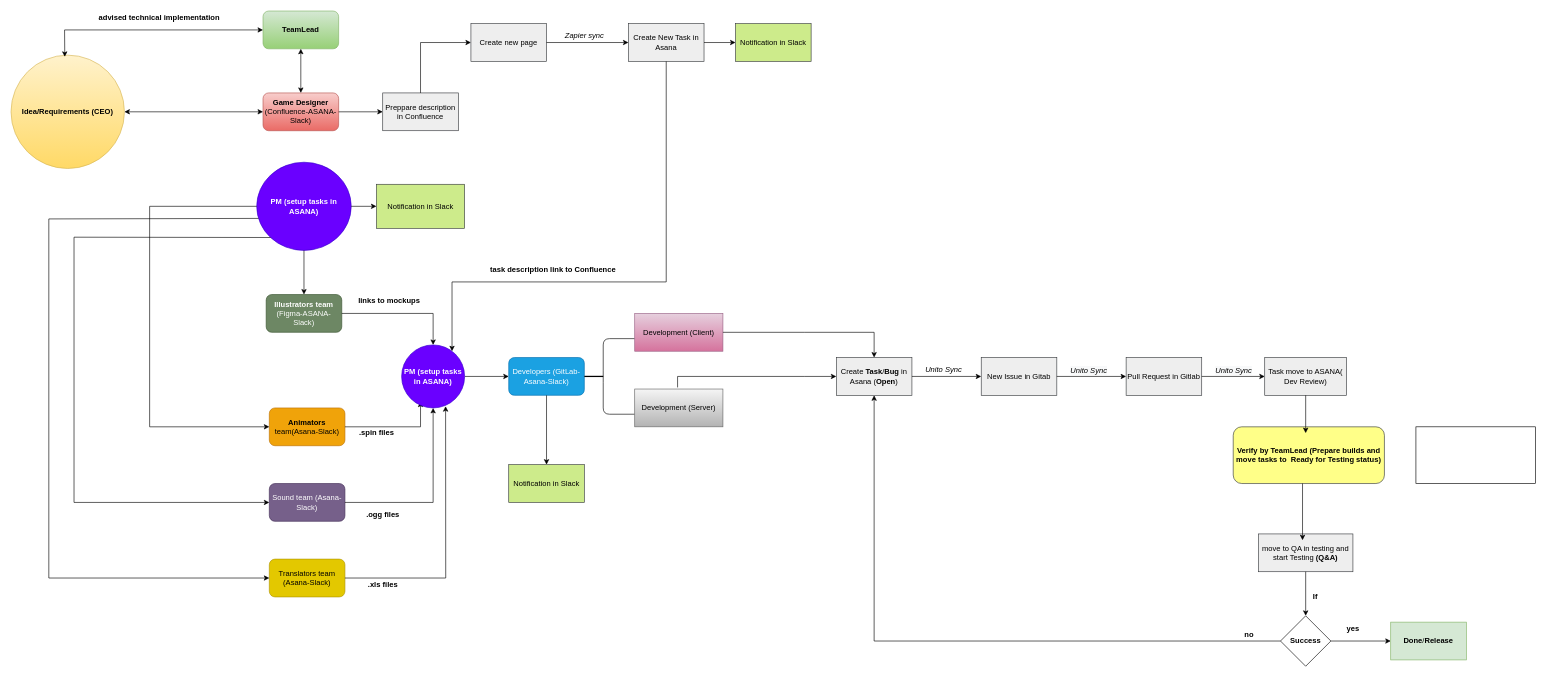
Earlier version of the draw.io diagram Sky network BP Diagram.drawio (annastazi09/blog). Source tidied: cells renumbered, new cells numbered last; positions are measured from the earlier drawing's top-left corner, leaving out a move shared by most shapes. Both pictures are drawn from the tidied source at 63%, with x=0, y=0 at pixel (11, 11).
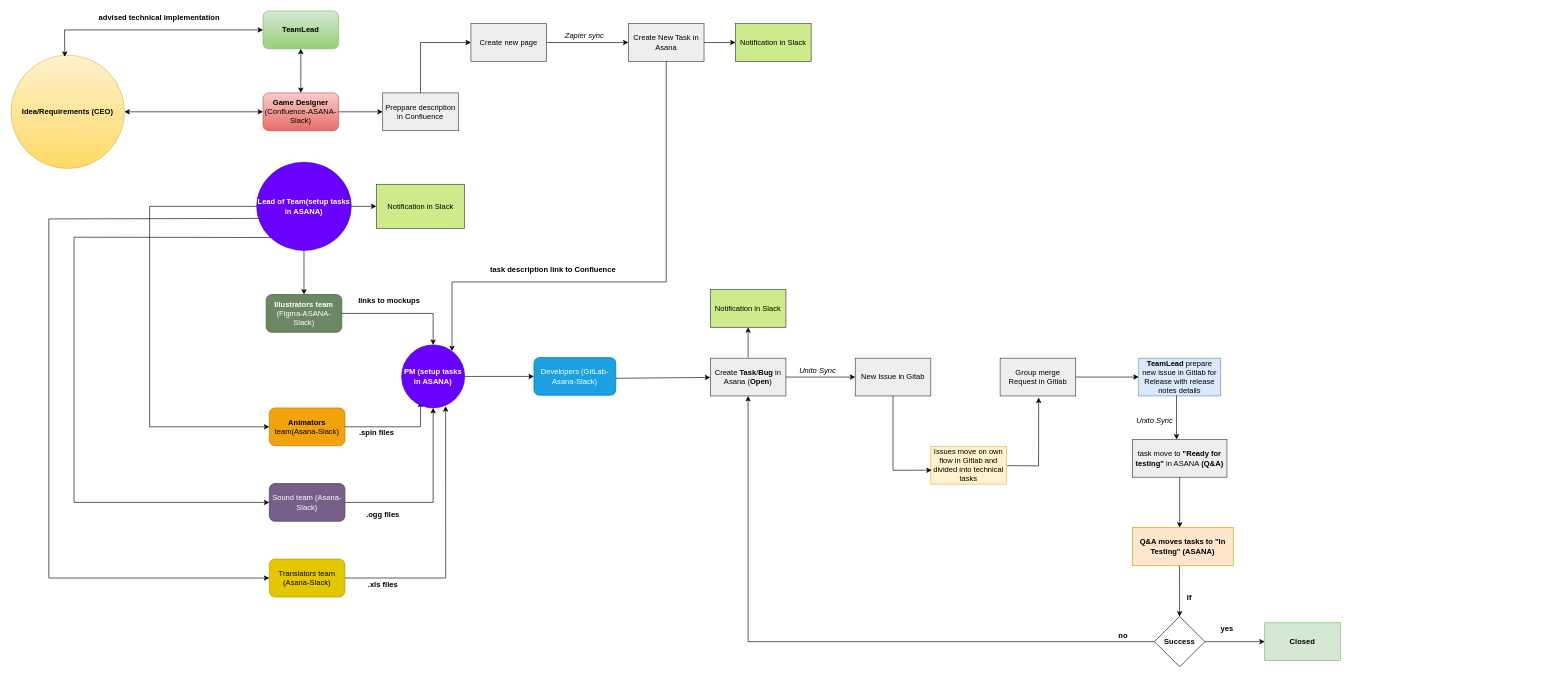
The same diagram, later.

Change to the diagram source:
```diff
@@
-    <mxCell id="26" value="&lt;b&gt;PM (setup tasks in ASANA)&lt;/b&gt;" style="ellipse;whiteSpace=wrap;html=1;fillColor=#6a00ff;strokeColor=#3700CC;fontColor=#ffffff;" parent="1" vertex="1">
+    <mxCell id="26" value="&lt;b&gt;Lead of Team(setup tasks in ASANA)&lt;/b&gt;" style="ellipse;whiteSpace=wrap;html=1;fillColor=#6a00ff;strokeColor=#3700CC;fontColor=#ffffff;" parent="1" vertex="1">
       <mxGeometry x="390" y="240" width="150" height="140" as="geometry" />
     </mxCell>
@@
     <mxCell id="33" value="Developers (GitLab-Asana-Slack)" style="rounded=1;whiteSpace=wrap;html=1;fillColor=#1ba1e2;fontColor=#ffffff;strokeColor=#006EAF;" parent="1" vertex="1">
-      <mxGeometry x="790" y="550" width="120" height="60" as="geometry" />
+      <mxGeometry x="830" y="550" width="130" height="60" as="geometry" />
     </mxCell>
@@
     <mxCell id="37" value="Notification in Slack" style="rounded=0;whiteSpace=wrap;html=1;fillColor=#cdeb8b;strokeColor=#36393d;" parent="1" vertex="1">
-      <mxGeometry x="790" y="720" width="120" height="60" as="geometry" />
+      <mxGeometry x="1110" y="442" width="120" height="60" as="geometry" />
     </mxCell>
-    <mxCell id="38" style="endArrow=classic;html=1;rounded=0;entryX=0.5;entryY=0;entryDx=0;entryDy=0;exitX=0.5;exitY=1;exitDx=0;exitDy=0;" parent="1" edge="1" source="33" target="37">
-      <mxGeometry relative="1" as="geometry" />
-    </mxCell>
     <mxCell id="39" value="Create &lt;b&gt;Task&lt;/b&gt;/&lt;b&gt;Bug &lt;/b&gt;in Asana (&lt;b&gt;Open&lt;/b&gt;)" style="rounded=0;whiteSpace=wrap;html=1;fillColor=#eeeeee;strokeColor=#36393d;" parent="1" vertex="1">
-      <mxGeometry x="1310" y="550" width="120" height="60" as="geometry" />
+      <mxGeometry x="1110" y="551" width="120" height="60" as="geometry" />
     </mxCell>
     <mxCell id="40" style="endArrow=classic;html=1;rounded=0;exitX=1;exitY=0.5;exitDx=0;exitDy=0;" parent="1" edge="1" source="39">
       <mxGeometry relative="1" as="geometry">
-        <mxPoint x="1540" y="580" as="targetPoint" />
+        <mxPoint x="1340" y="581" as="targetPoint" />
       </mxGeometry>
     </mxCell>
     <mxCell id="41" value="New Issue in Gitab" style="rounded=0;whiteSpace=wrap;html=1;fillColor=#eeeeee;strokeColor=#36393d;" parent="1" vertex="1">
-      <mxGeometry x="1540" y="550" width="120" height="60" as="geometry" />
+      <mxGeometry x="1340" y="551" width="120" height="60" as="geometry" />
     </mxCell>
     <mxCell id="42" value="&lt;i&gt;Unito Sync&lt;/i&gt;" style="text;html=1;align=center;verticalAlign=middle;strokeColor=none;fillColor=none;" parent="1" vertex="1">
-      <mxGeometry x="1445" y="560" width="70" height="20" as="geometry" />
+      <mxGeometry x="1245" y="561" width="70" height="20" as="geometry" />
     </mxCell>
@@
-    <mxCell id="44" value="Pull Request in Gitlab" style="rounded=0;whiteSpace=wrap;html=1;fillColor=#eeeeee;strokeColor=#36393d;" parent="1" vertex="1">
-      <mxGeometry x="1770" y="550" width="120" height="60" as="geometry" />
+    <mxCell id="44" value="Group merge Request in Gitlab" style="rounded=0;whiteSpace=wrap;html=1;fillColor=#eeeeee;strokeColor=#36393d;" parent="1" vertex="1">
+      <mxGeometry x="1570" y="551" width="120" height="60" as="geometry" />
     </mxCell>
-    <mxCell id="45" style="endArrow=classic;html=1;rounded=0;exitX=1;exitY=0.5;exitDx=0;exitDy=0;entryX=0;entryY=0.5;entryDx=0;entryDy=0;" parent="1" edge="1" source="41" target="44">
-      <mxGeometry relative="1" as="geometry" />
+    <mxCell id="45" style="endArrow=classic;html=1;rounded=0;exitX=1.012;exitY=0.509;exitDx=0;exitDy=0;entryX=0.51;entryY=1.044;entryDx=0;entryDy=0;exitPerimeter=0;entryPerimeter=0;" parent="1" edge="1" source="74" target="44">
+      <mxGeometry relative="1" as="geometry">
+        <Array as="points">
+          <mxPoint x="1631" y="722" />
+        </Array>
+      </mxGeometry>
     </mxCell>
-    <mxCell id="46" value="&lt;i style=&quot;color: rgb(0, 0, 0); font-family: Helvetica; font-size: 12px; font-variant-ligatures: normal; font-variant-caps: normal; font-weight: 400; letter-spacing: normal; orphans: 2; text-align: center; text-indent: 0px; text-transform: none; widows: 2; word-spacing: 0px; -webkit-text-stroke-width: 0px; background-color: rgb(248, 249, 250); text-decoration-thickness: initial; text-decoration-style: initial; text-decoration-color: initial;&quot;&gt;Unito Sync&lt;/i&gt;" style="text;whiteSpace=wrap;html=1;" parent="1" vertex="1">
-      <mxGeometry x="1680" y="557" width="80" height="30" as="geometry" />
-    </mxCell>
-    <mxCell id="47" value="Task move to ASANA( Dev Review)" style="rounded=0;whiteSpace=wrap;html=1;fillColor=#eeeeee;strokeColor=#36393d;" parent="1" vertex="1">
-      <mxGeometry x="1990" y="550" width="130" height="60" as="geometry" />
+    <mxCell id="47" value="&lt;b&gt;TeamLead &lt;/b&gt;prepare new issue in Gitlab for Release with release notes details" style="rounded=0;whiteSpace=wrap;html=1;fillColor=#dae8fc;strokeColor=#6c8ebf;" parent="1" vertex="1">
+      <mxGeometry x="1790" y="551" width="130" height="60" as="geometry" />
     </mxCell>
@@
-    <mxCell id="49" value="&lt;i style=&quot;color: rgb(0, 0, 0); font-family: Helvetica; font-size: 12px; font-variant-ligatures: normal; font-variant-caps: normal; font-weight: 400; letter-spacing: normal; orphans: 2; text-align: center; text-indent: 0px; text-transform: none; widows: 2; word-spacing: 0px; -webkit-text-stroke-width: 0px; background-color: rgb(248, 249, 250); text-decoration-thickness: initial; text-decoration-style: initial; text-decoration-color: initial;&quot;&gt;Unito Sync&lt;/i&gt;" style="text;whiteSpace=wrap;html=1;" parent="1" vertex="1">
-      <mxGeometry x="1910" y="557" width="80" height="30" as="geometry" />
-    </mxCell>
-    <mxCell id="50" value="move to QA in testing and start Testing &lt;b&gt;(Q&amp;amp;A)&lt;/b&gt;" style="rounded=0;whiteSpace=wrap;html=1;fillColor=#eeeeee;strokeColor=#36393d;" parent="1" vertex="1">
-      <mxGeometry x="1980" y="830" width="150" height="60" as="geometry" />
+    <mxCell id="50" value="task move to&lt;b&gt; &quot;Ready for testing&quot;&lt;/b&gt; in ASANA&amp;nbsp;&lt;b&gt;(Q&amp;amp;A)&lt;/b&gt;" style="rounded=0;whiteSpace=wrap;html=1;fillColor=#eeeeee;strokeColor=#36393d;" parent="1" vertex="1">
+      <mxGeometry x="1780" y="680" width="150" height="60" as="geometry" />
     </mxCell>
-    <mxCell id="51" value="&lt;b style=&quot;&quot;&gt;Verify by TeamLead (Prepare builds and move tasks to&amp;nbsp; Ready for Testing status)&lt;/b&gt;" style="rounded=1;whiteSpace=wrap;html=1;fillColor=#ffff88;strokeColor=#36393d;" parent="1" vertex="1">
-      <mxGeometry x="1940" y="660" width="240" height="90" as="geometry" />
-    </mxCell>
-    <mxCell id="52" style="endArrow=classic;html=1;rounded=0;exitX=0.5;exitY=1;exitDx=0;exitDy=0;" parent="1" edge="1" source="47">
-      <mxGeometry relative="1" as="geometry">
-        <mxPoint x="2055" y="670" as="targetPoint" />
-      </mxGeometry>
-    </mxCell>
     <mxCell id="53" style="endArrow=classic;html=1;rounded=0;" parent="1" edge="1">
       <mxGeometry relative="1" as="geometry">
-        <mxPoint x="2050" y="750" as="sourcePoint" />
-        <mxPoint x="2050" y="840" as="targetPoint" />
+        <mxPoint x="1850" y="610" as="sourcePoint" />
+        <mxPoint x="1850" y="680" as="targetPoint" />
       </mxGeometry>
     </mxCell>
     <mxCell id="54" value="&lt;b&gt;Success&lt;/b&gt;" style="rhombus;whiteSpace=wrap;html=1;" parent="1" vertex="1">
-      <mxGeometry x="2015" y="960" width="80" height="80" as="geometry" />
+      <mxGeometry x="1815" y="961" width="80" height="80" as="geometry" />
     </mxCell>
-    <mxCell id="55" style="endArrow=classic;html=1;rounded=0;exitX=0.5;exitY=1;exitDx=0;exitDy=0;" parent="1" edge="1" source="50" target="54">
-      <mxGeometry relative="1" as="geometry" />
+    <mxCell id="55" style="endArrow=classic;html=1;rounded=0;exitX=0.5;exitY=1;exitDx=0;exitDy=0;" parent="1" edge="1" source="50">
+      <mxGeometry relative="1" as="geometry">
+        <mxPoint x="1855" y="820" as="targetPoint" />
+      </mxGeometry>
     </mxCell>
     <mxCell id="56" value="&lt;b&gt;If&lt;/b&gt;" style="text;html=1;align=center;verticalAlign=middle;strokeColor=none;fillColor=none;" parent="1" vertex="1">
-      <mxGeometry x="2060" y="920" width="20" height="20" as="geometry" />
+      <mxGeometry x="1860" y="921" width="20" height="20" as="geometry" />
     </mxCell>
@@
-    <mxCell id="58" value="&lt;b&gt;Done&lt;/b&gt;/&lt;b&gt;Release&lt;/b&gt;" style="rounded=0;whiteSpace=wrap;html=1;fillColor=#d5e8d4;strokeColor=#82b366;" parent="1" vertex="1">
-      <mxGeometry x="2190" y="970" width="120" height="60" as="geometry" />
+    <mxCell id="58" value="&lt;b&gt;Closed&lt;/b&gt;" style="rounded=0;whiteSpace=wrap;html=1;fillColor=#d5e8d4;strokeColor=#82b366;" parent="1" vertex="1">
+      <mxGeometry x="1990" y="971" width="120" height="60" as="geometry" />
     </mxCell>
     <mxCell id="59" value="&lt;b&gt;yes&lt;/b&gt;" style="text;html=1;align=center;verticalAlign=middle;strokeColor=none;fillColor=none;" parent="1" vertex="1">
-      <mxGeometry x="2110" y="970" width="40" height="20" as="geometry" />
+      <mxGeometry x="1910" y="971" width="40" height="20" as="geometry" />
     </mxCell>
     <mxCell id="60" style="endArrow=classic;html=1;rounded=0;entryX=0.5;entryY=1;entryDx=0;entryDy=0;exitX=0;exitY=0.5;exitDx=0;exitDy=0;" parent="1" edge="1" source="54" target="39">
       <mxGeometry relative="1" as="geometry">
         <Array as="points">
-          <mxPoint x="1370" y="1000" />
+          <mxPoint x="1170" y="1001" />
         </Array>
       </mxGeometry>
     </mxCell>
     <mxCell id="61" value="&lt;b&gt;no&lt;/b&gt;" style="text;html=1;align=center;verticalAlign=middle;strokeColor=none;fillColor=none;" parent="1" vertex="1">
-      <mxGeometry x="1950" y="980" width="30" height="20" as="geometry" />
+      <mxGeometry x="1750" y="981" width="30" height="20" as="geometry" />
     </mxCell>
@@
-    <mxCell id="66" style="shape=curlyBracket;whiteSpace=wrap;html=1;rounded=1;size=0;" parent="1" vertex="1">
-      <mxGeometry x="940" y="520" width="50" height="120" as="geometry" />
-    </mxCell>
-    <mxCell id="67" style="line;strokeWidth=2;html=1;" parent="1" vertex="1">
-      <mxGeometry x="910" y="575" width="30" height="10" as="geometry" />
-    </mxCell>
-    <mxCell id="68" value="Development (Client)" style="rounded=0;whiteSpace=wrap;html=1;fillColor=#e6d0de;gradientColor=#d5739d;strokeColor=#996185;" parent="1" vertex="1">
-      <mxGeometry x="990" y="480" width="140" height="60" as="geometry" />
-    </mxCell>
-    <mxCell id="69" value="Development (Server)" style="rounded=0;whiteSpace=wrap;html=1;fillColor=#f5f5f5;gradientColor=#b3b3b3;strokeColor=#666666;" parent="1" vertex="1">
-      <mxGeometry x="990" y="600" width="140" height="60" as="geometry" />
-    </mxCell>
-    <mxCell id="70" style="endArrow=classic;html=1;rounded=0;exitX=1;exitY=0.5;exitDx=0;exitDy=0;entryX=0.5;entryY=0;entryDx=0;entryDy=0;" parent="1" edge="1" source="68" target="39">
-      <mxGeometry relative="1" as="geometry">
-        <Array as="points">
-          <mxPoint x="1260" y="510" />
-          <mxPoint x="1370" y="510" />
-        </Array>
-      </mxGeometry>
-    </mxCell>
-    <mxCell id="71" style="endArrow=classic;html=1;rounded=0;exitX=0.486;exitY=-0.042;exitDx=0;exitDy=0;entryX=0;entryY=0.5;entryDx=0;entryDy=0;exitPerimeter=0;" parent="1" edge="1" source="69" target="39">
-      <mxGeometry relative="1" as="geometry">
-        <Array as="points">
-          <mxPoint x="1058" y="580" />
-          <mxPoint x="1260" y="580" />
-        </Array>
-      </mxGeometry>
-    </mxCell>
-    <mxCell id="72" style="rounded=0;whiteSpace=wrap;html=1;" parent="1" vertex="1">
-      <mxGeometry x="2230" y="660" width="190" height="90" as="geometry" />
-    </mxCell>
+    <mxCell id="73" value="&lt;i&gt;Unito Sync&lt;/i&gt;" style="text;html=1;align=center;verticalAlign=middle;strokeColor=none;fillColor=none;" parent="1" vertex="1">
+      <mxGeometry x="1780" y="640" width="70" height="20" as="geometry" />
+    </mxCell>
+    <mxCell id="74" value="Issues move on own flow in Gitlab and divided into technical tasks" style="rounded=0;whiteSpace=wrap;html=1;fillColor=#fff2cc;strokeColor=#d6b656;" parent="1" vertex="1">
+      <mxGeometry x="1460" y="691" width="120" height="60" as="geometry" />
+    </mxCell>
+    <mxCell id="75" style="endArrow=classic;html=1;rounded=0;entryX=0.012;entryY=0.63;entryDx=0;entryDy=0;entryPerimeter=0;" parent="1" edge="1" source="41" target="74">
+      <mxGeometry relative="1" as="geometry">
+        <Array as="points">
+          <mxPoint x="1400" y="729" />
+        </Array>
+      </mxGeometry>
+    </mxCell>
+    <mxCell id="76" style="endArrow=classic;html=1;rounded=0;exitX=1.002;exitY=0.549;exitDx=0;exitDy=0;exitPerimeter=0;" parent="1" edge="1" source="33" target="39">
+      <mxGeometry relative="1" as="geometry" />
+    </mxCell>
+    <mxCell id="77" style="endArrow=classic;html=1;rounded=0;" parent="1" edge="1" target="37">
+      <mxGeometry relative="1" as="geometry">
+        <mxPoint x="1170" y="550" as="sourcePoint" />
+      </mxGeometry>
+    </mxCell>
+    <mxCell id="78" value="&lt;b&gt;Q&amp;amp;A moves tasks to &quot;In Testing&quot; (ASANA)&lt;/b&gt;" style="rounded=0;whiteSpace=wrap;html=1;fillColor=#ffe6cc;strokeColor=#d79b00;" parent="1" vertex="1">
+      <mxGeometry x="1780" y="820" width="160" height="60" as="geometry" />
+    </mxCell>
+    <mxCell id="79" style="endArrow=classic;html=1;rounded=0;exitX=0.467;exitY=1.011;exitDx=0;exitDy=0;exitPerimeter=0;" parent="1" edge="1" source="78" target="54">
+      <mxGeometry relative="1" as="geometry" />
+    </mxCell>
```
